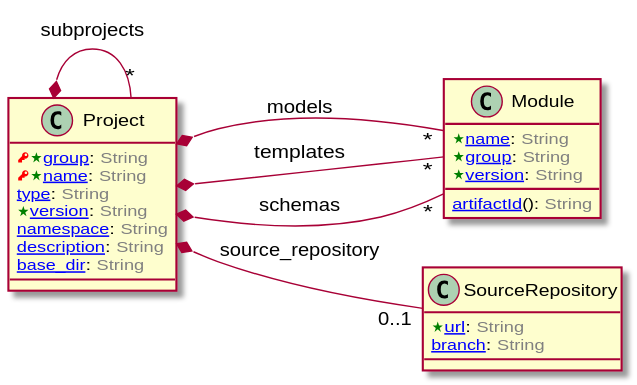
This is doc/image/model-diagram.svg from laplacian-core/project.domain-model, a PlantUML export, as it was before one commit.
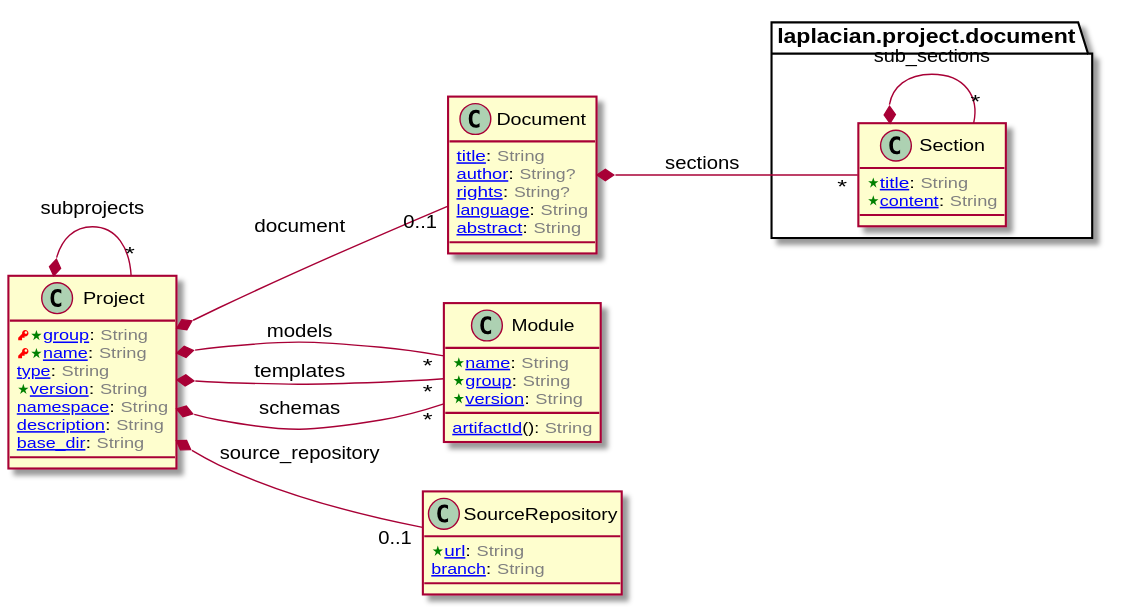
The same file after the commit.

Diff of the diagram source:
```diff
@@ -1,5 +1,43 @@
 @startuml
 left to right direction
+
+
+class Document [[/blob/master/doc/entities/Document.md]] {
+  [[/blob/master/doc/entities/Document.md#title-string title]]: <color:GRAY>String</color>
+  [[/blob/master/doc/entities/Document.md#author-string author]]: <color:GRAY>String?</color>
+  [[/blob/master/doc/entities/Document.md#rights-string rights]]: <color:GRAY>String?</color>
+  [[/blob/master/doc/entities/Document.md#language-string language]]: <color:GRAY>String</color>
+  [[/blob/master/doc/entities/Document.md#abstract-string abstract]]: <color:GRAY>String</color>
+}
+
+
+
+
+
+package laplacian.project.document {
+  class Section {
+  }
+}
+
+
+Document *-- "*" Section : sections
+
+
+
+
+class Section [[/blob/master/doc/entities/Section.md]] {
+  <color:Green><&star></color>[[/blob/master/doc/entities/Section.md#title-string title]]: <color:GRAY>String</color>
+  <color:Green><&star></color>[[/blob/master/doc/entities/Section.md#content-string content]]: <color:GRAY>String</color>
+}
+
+
+
+
+
+
+Section *-- "*" Section : sub_sections
+
+
 
 
 class Module [[/blob/master/doc/entities/Module.md]] {
@@ -41,6 +79,13 @@
 
 
 
+Project *-- "0..1" Document : document
+
+
+
+
+
+
 Project *-- "*" Module : models
 
 
```
